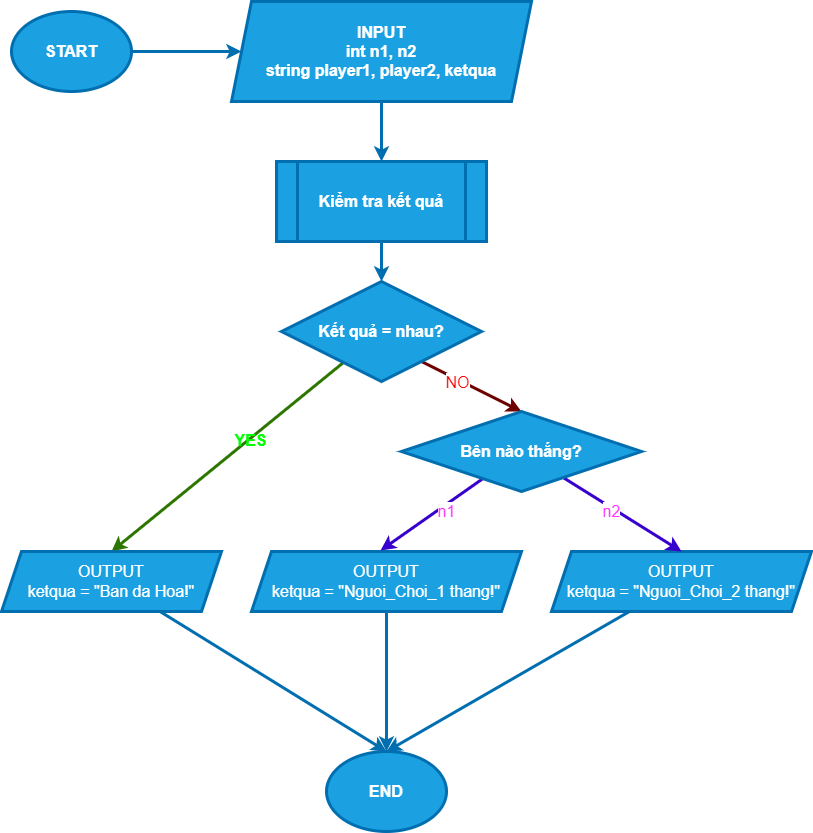
Above: Lab_2/Bai_2/FlowBai_2_2.drawio.png in MinkWungNe/NLNNLT (draw.io), before the change. Source tidied: cells renumbered, new cells last; positions are measured from the earlier drawing's top-left corner, leaving out a move shared by most shapes.
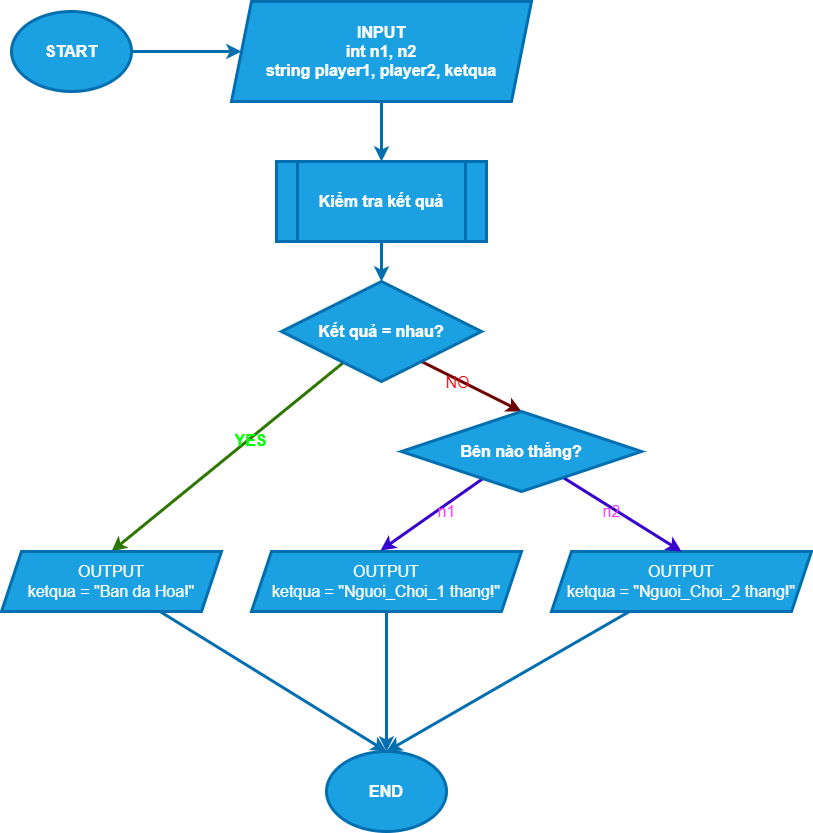
After the change.

Change to the diagram source:
```diff
@@ -25,7 +25,7 @@
         <mxPoint x="420" y="360" as="sourcePoint" />
       </mxGeometry>
     </mxCell>
-    <mxCell id="9" value="NO" style="edgeLabel;html=1;align=center;verticalAlign=middle;fontSize=16;fontStyle=0;fontColor=#FF0000;" parent="8" vertex="1">
+    <mxCell id="9" value="NO" style="edgeLabel;html=1;align=center;verticalAlign=middle;fontSize=16;fontStyle=0;fontColor=#FF0000;labelBackgroundColor=none;" parent="8" vertex="1">
       <mxGeometry x="-0.26" y="-2" relative="1" as="geometry" />
     </mxCell>
     <mxCell id="10" style="edgeStyle=none;html=1;entryX=0.5;entryY=0;entryDx=0;entryDy=0;strokeWidth=3;fontSize=16;fillColor=#60a917;strokeColor=#2D7600;" parent="1" edge="1" source="12" target="24">
@@ -52,13 +52,13 @@
     <mxCell id="17" style="edgeStyle=none;html=1;strokeWidth=3;fontSize=16;entryX=0.478;entryY=-0.017;entryDx=0;entryDy=0;entryPerimeter=0;fillColor=#6a00ff;strokeColor=#3700CC;" parent="1" edge="1" source="21" target="14">
       <mxGeometry relative="1" as="geometry" />
     </mxCell>
-    <mxCell id="18" value="n1" style="edgeLabel;html=1;align=center;verticalAlign=middle;fontSize=16;fontColor=#FF33FF;fontStyle=0;" parent="17" vertex="1">
+    <mxCell id="18" value="n1" style="edgeLabel;html=1;align=center;verticalAlign=middle;fontSize=16;fontColor=#FF33FF;fontStyle=0;labelBackgroundColor=none;" parent="17" vertex="1">
       <mxGeometry x="-0.22" y="5" relative="1" as="geometry" />
     </mxCell>
     <mxCell id="19" style="edgeStyle=none;html=1;entryX=0.5;entryY=0;entryDx=0;entryDy=0;strokeWidth=3;fontSize=16;fillColor=#6a00ff;strokeColor=#3700CC;" parent="1" edge="1" source="21" target="16">
       <mxGeometry relative="1" as="geometry" />
     </mxCell>
-    <mxCell id="20" value="n2" style="edgeLabel;html=1;align=center;verticalAlign=middle;fontSize=16;fontColor=#FF33FF;fontStyle=0;" parent="19" vertex="1">
+    <mxCell id="20" value="n2" style="edgeLabel;html=1;align=center;verticalAlign=middle;fontSize=16;fontColor=#FF33FF;fontStyle=0;labelBackgroundColor=none;" parent="19" vertex="1">
       <mxGeometry x="-0.32" relative="1" as="geometry">
         <mxPoint x="8" y="9" as="offset" />
       </mxGeometry>
```
